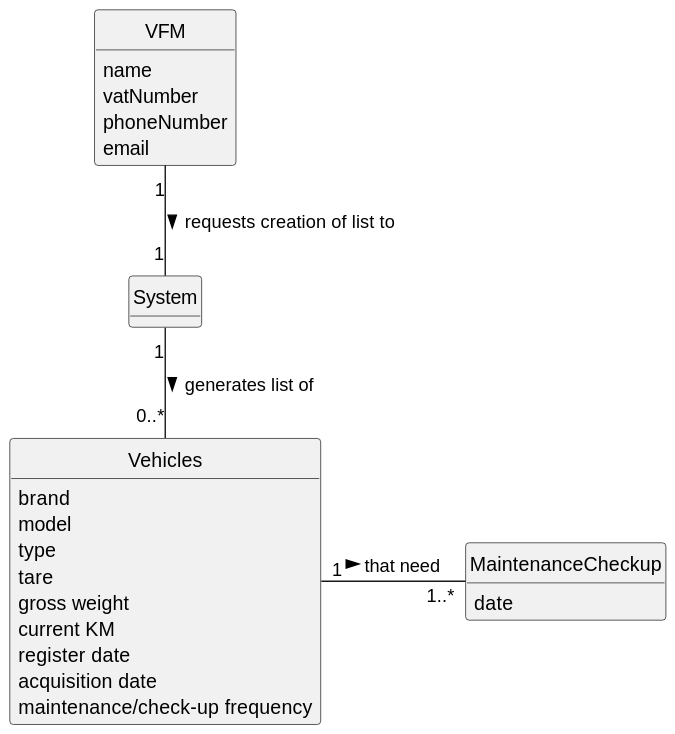
Above: docs/sprint3/us008/02.analysis/svg/us008-domain-model.svg in tiagosoa/lei-24-s2-1dgh-g073 (PlantUML), before the change.
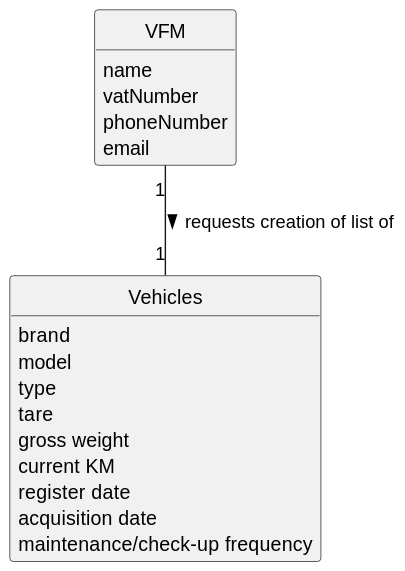
The same file after the commit.

Commit message:
Project domain model

What changed in the source:
```diff
@@ -18,14 +18,6 @@
     email
 }
 
-class MaintenanceCheckup {
-    date
-}
-
-class System {
-
-}
-
 class Vehicles {
     brand
     model
@@ -37,7 +29,5 @@
     acquisition date
     maintenance/check-up frequency
 }
-VFM "1" -- "1" System : requests creation of list to >
-System "1" -- "0..*" Vehicles: generates list of >
-Vehicles "1" - "1..*" MaintenanceCheckup: that need >
+VFM "1" -- "1" Vehicles : requests creation of list of >
 @enduml
```
